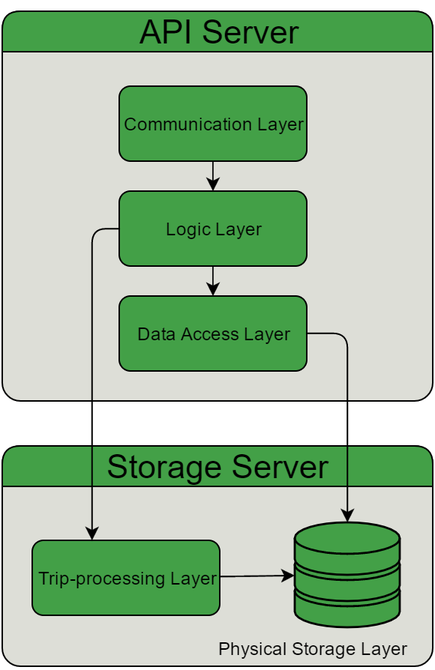
This is Pictures/backend_design.png from JohanGregersen/sw10lastfreakingreport, a draw.io export, as it was before one commit. Source tidied: cells renumbered, new cells last; positions are measured from the earlier drawing's top-left corner, leaving out a move shared by most shapes. Its diagram source:
```xml
<mxGraphModel background="#ffffff">
  <root>
    <mxCell id="0" />
    <mxCell id="1" parent="0" />
    <mxCell id="2" value="&lt;font style=&quot;font-size: 22px ; font-weight: normal ; line-height: 200%&quot;&gt;API Server&lt;/font&gt;" style="swimlane;whiteSpace=wrap;html=1;rounded=1;shadow=0;strokeColor=#000000;strokeWidth=1;fillColor=#43A047;gradientColor=none;fontSize=30;fontColor=#000000;align=center;startSize=27;swimlaneFillColor=#DDDED7;" parent="1" vertex="1">
      <mxGeometry width="287" height="260" as="geometry" />
    </mxCell>
    <mxCell id="3" value="&lt;div style=&quot;text-align: center&quot;&gt;&lt;span style=&quot;font-size: 12px ; line-height: 200%&quot;&gt;Communication Layer&lt;/span&gt;&lt;/div&gt;" style="rounded=1;whiteSpace=wrap;html=1;shadow=0;strokeColor=#000000;strokeWidth=1;fillColor=#43A047;gradientColor=none;fontSize=12;fontColor=#000000;align=center;verticalAlign=middle;labelPosition=center;verticalLabelPosition=middle;spacing=0;" parent="2" vertex="1">
      <mxGeometry x="78" y="50" width="125" height="50" as="geometry" />
    </mxCell>
    <mxCell id="4" value="&lt;div style=&quot;text-align: center&quot;&gt;Logic Layer&lt;/div&gt;" style="rounded=1;whiteSpace=wrap;html=1;shadow=0;strokeColor=#000000;strokeWidth=1;fillColor=#43A047;gradientColor=none;fontSize=12;fontColor=#000000;align=center;verticalAlign=middle;labelPosition=center;verticalLabelPosition=middle;spacing=0;" parent="2" vertex="1">
      <mxGeometry x="78" y="120" width="125" height="50" as="geometry" />
    </mxCell>
    <mxCell id="5" value="&lt;div style=&quot;text-align: center&quot;&gt;Data Access Layer&lt;/div&gt;" style="rounded=1;whiteSpace=wrap;html=1;shadow=0;strokeColor=#000000;strokeWidth=1;fillColor=#43A047;gradientColor=none;fontSize=12;fontColor=#000000;align=center;verticalAlign=middle;labelPosition=center;verticalLabelPosition=middle;spacing=0;" parent="2" vertex="1">
      <mxGeometry x="78" y="190" width="125" height="50" as="geometry" />
    </mxCell>
    <mxCell id="6" value="&lt;div style=&quot;text-align: center&quot;&gt;&lt;span style=&quot;font-size: 12px ; line-height: 200%&quot;&gt;Communication Layer&lt;/span&gt;&lt;/div&gt;" style="rounded=1;whiteSpace=wrap;html=1;shadow=0;strokeColor=#000000;strokeWidth=1;fillColor=#43A047;gradientColor=none;fontSize=12;fontColor=#000000;align=center;verticalAlign=middle;labelPosition=center;verticalLabelPosition=middle;spacing=0;" parent="1" vertex="1">
      <mxGeometry x="78" y="50" width="125" height="50" as="geometry" />
    </mxCell>
    <mxCell id="7" value="&lt;div style=&quot;text-align: center&quot;&gt;Logic Layer&lt;/div&gt;" style="rounded=1;whiteSpace=wrap;html=1;shadow=0;strokeColor=#000000;strokeWidth=1;fillColor=#43A047;gradientColor=none;fontSize=12;fontColor=#000000;align=center;verticalAlign=middle;labelPosition=center;verticalLabelPosition=middle;spacing=0;" parent="1" vertex="1">
      <mxGeometry x="78" y="120" width="125" height="50" as="geometry" />
    </mxCell>
    <mxCell id="8" style="endArrow=classic;html=1;shadow=0;strokeColor=#000000;strokeWidth=1;fontSize=12;fontColor=#000000;" parent="1" edge="1" source="6" target="7">
      <mxGeometry relative="1" as="geometry" />
    </mxCell>
    <mxCell id="9" value="&lt;div style=&quot;text-align: center&quot;&gt;Data Access Layer&lt;/div&gt;" style="rounded=1;whiteSpace=wrap;html=1;shadow=0;strokeColor=#000000;strokeWidth=1;fillColor=#43A047;gradientColor=none;fontSize=12;fontColor=#000000;align=center;verticalAlign=middle;labelPosition=center;verticalLabelPosition=middle;spacing=0;" parent="1" vertex="1">
      <mxGeometry x="78" y="190" width="125" height="50" as="geometry" />
    </mxCell>
    <mxCell id="10" style="endArrow=classic;html=1;shadow=0;strokeColor=#000000;strokeWidth=1;fontSize=12;fontColor=#000000;" parent="1" edge="1" source="7" target="9">
      <mxGeometry x="210.5" y="300" as="geometry" />
    </mxCell>
    <mxCell id="11" style="endArrow=classic;html=1;shadow=0;strokeColor=#000000;strokeWidth=1;fontSize=12;fontColor=#000000;" parent="1" edge="1" source="6" target="7">
      <mxGeometry x="180.5" y="290" as="geometry" />
    </mxCell>
    <mxCell id="12" style="endArrow=classic;html=1;shadow=0;strokeColor=#000000;strokeWidth=1;fontSize=12;fontColor=#000000;" parent="1" edge="1" source="7" target="9">
      <mxGeometry x="170.5" y="110" as="geometry" />
    </mxCell>
    <mxCell id="13" value="&lt;font style=&quot;font-size: 22px ; font-weight: normal ; line-height: 200%&quot;&gt;Storage Server&lt;/font&gt;" style="swimlane;whiteSpace=wrap;html=1;rounded=1;shadow=0;strokeColor=#000000;strokeWidth=1;fillColor=#43A047;gradientColor=none;fontSize=30;fontColor=#000000;align=center;startSize=27;swimlaneFillColor=#DDDED7;" parent="1" vertex="1">
      <mxGeometry y="290" width="287" height="147" as="geometry" />
    </mxCell>
    <mxCell id="14" value="&lt;div style=&quot;text-align: center&quot;&gt;&lt;span style=&quot;line-height: 24px&quot;&gt;Trip-processing Layer&lt;/span&gt;&lt;/div&gt;" style="rounded=1;whiteSpace=wrap;html=1;shadow=0;strokeColor=#000000;strokeWidth=1;fillColor=#43A047;gradientColor=none;fontSize=12;fontColor=#000000;align=center;verticalAlign=middle;labelPosition=center;verticalLabelPosition=middle;spacing=0;" parent="13" vertex="1">
      <mxGeometry x="20" y="63" width="125" height="50" as="geometry" />
    </mxCell>
    <mxCell id="15" style="fontColor=#0066CC;verticalAlign=top;verticalLabelPosition=bottom;labelPosition=center;align=center;html=1;fillColor=#43A047;strokeColor=#000000;gradientColor=none;gradientDirection=north;strokeWidth=2;shape=mxgraph.networks.storage;rounded=1;shadow=0;" parent="13" vertex="1">
      <mxGeometry x="195" y="51" width="70" height="70" as="geometry" />
    </mxCell>
    <mxCell id="16" value="Physical Storage Layer" style="text;html=1;strokeColor=none;fillColor=none;align=center;verticalAlign=middle;whiteSpace=wrap;overflow=hidden;rounded=1;shadow=0;labelBackgroundColor=none;fontSize=12;fontColor=#000000;" parent="13" vertex="1">
      <mxGeometry x="140" y="125" width="133" height="20" as="geometry" />
    </mxCell>
    <mxCell id="17" value="&lt;div style=&quot;text-align: center&quot;&gt;&lt;span style=&quot;line-height: 24px&quot;&gt;Trip-processing Layer&lt;/span&gt;&lt;/div&gt;" style="rounded=1;whiteSpace=wrap;html=1;shadow=0;strokeColor=#000000;strokeWidth=1;fillColor=#43A047;gradientColor=none;fontSize=12;fontColor=#000000;align=center;verticalAlign=middle;labelPosition=center;verticalLabelPosition=middle;spacing=0;" parent="1" vertex="1">
      <mxGeometry x="20" y="353" width="125" height="50" as="geometry" />
    </mxCell>
    <mxCell id="18" style="fontColor=#0066CC;verticalAlign=top;verticalLabelPosition=bottom;labelPosition=center;align=center;html=1;fillColor=#43A047;strokeColor=#000000;gradientColor=none;gradientDirection=north;strokeWidth=2;shape=mxgraph.networks.storage;rounded=1;shadow=0;" parent="1" vertex="1">
      <mxGeometry x="195" y="341" width="70" height="70" as="geometry" />
    </mxCell>
    <mxCell id="19" style="endArrow=classic;html=1;shadow=0;strokeColor=#000000;strokeWidth=1;fontSize=12;fontColor=#000000;" parent="1" edge="1" source="17" target="18">
      <mxGeometry relative="1" as="geometry" />
    </mxCell>
    <mxCell id="20" value="Physical Storage Layer" style="text;html=1;strokeColor=none;fillColor=none;align=center;verticalAlign=middle;whiteSpace=wrap;overflow=hidden;rounded=1;shadow=0;labelBackgroundColor=none;fontSize=12;fontColor=#000000;" parent="1" vertex="1">
      <mxGeometry x="140" y="415" width="133" height="20" as="geometry" />
    </mxCell>
    <mxCell id="21" style="endArrow=classic;html=1;shadow=0;strokeColor=#000000;strokeWidth=1;fontSize=12;fontColor=#000000;" parent="1" edge="1" source="17" target="18">
      <mxGeometry x="185" y="566.5" as="geometry" />
    </mxCell>
    <mxCell id="22" style="edgeStyle=segmentEdgeStyle;endArrow=classic;html=1;shadow=0;strokeColor=#000000;strokeWidth=1;fontSize=12;fontColor=#000000;" parent="1" edge="1" source="7" target="17">
      <mxGeometry x="99.9" y="335.1" as="geometry">
        <Array as="points">
          <mxPoint x="60" y="145" />
        </Array>
      </mxGeometry>
    </mxCell>
    <mxCell id="23" style="edgeStyle=segmentEdgeStyle;endArrow=classic;html=1;shadow=0;strokeColor=#000000;strokeWidth=1;fontSize=12;fontColor=#000000;" parent="1" edge="1" source="9" target="18">
      <mxGeometry x="243" y="404.9" as="geometry">
        <Array as="points">
          <mxPoint x="230" y="215" />
        </Array>
      </mxGeometry>
    </mxCell>
  </root>
</mxGraphModel>
```
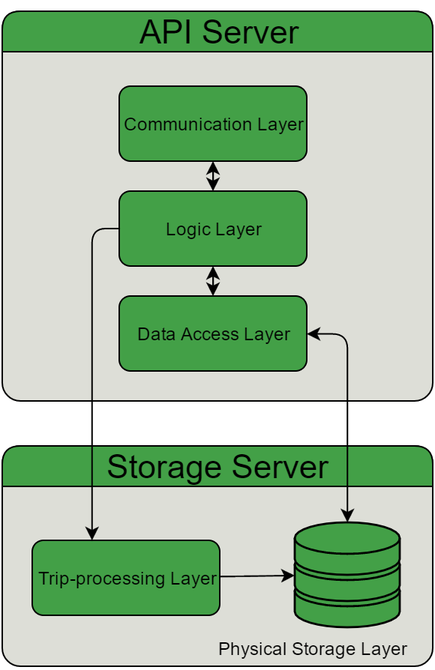
After the change.

Commit message:
updated figure for law

The edit, as a diff of the source:
```diff
@@ -20,19 +20,19 @@
     <mxCell id="7" value="&lt;div style=&quot;text-align: center&quot;&gt;Logic Layer&lt;/div&gt;" style="rounded=1;whiteSpace=wrap;html=1;shadow=0;strokeColor=#000000;strokeWidth=1;fillColor=#43A047;gradientColor=none;fontSize=12;fontColor=#000000;align=center;verticalAlign=middle;labelPosition=center;verticalLabelPosition=middle;spacing=0;" parent="1" vertex="1">
       <mxGeometry x="78" y="120" width="125" height="50" as="geometry" />
     </mxCell>
-    <mxCell id="8" style="endArrow=classic;html=1;shadow=0;strokeColor=#000000;strokeWidth=1;fontSize=12;fontColor=#000000;" parent="1" edge="1" source="6" target="7">
+    <mxCell id="8" style="endArrow=classic;html=1;shadow=0;strokeColor=#000000;strokeWidth=1;fontSize=12;fontColor=#000000;startArrow=classic;startFill=1;" parent="1" edge="1" source="6" target="7">
       <mxGeometry relative="1" as="geometry" />
     </mxCell>
     <mxCell id="9" value="&lt;div style=&quot;text-align: center&quot;&gt;Data Access Layer&lt;/div&gt;" style="rounded=1;whiteSpace=wrap;html=1;shadow=0;strokeColor=#000000;strokeWidth=1;fillColor=#43A047;gradientColor=none;fontSize=12;fontColor=#000000;align=center;verticalAlign=middle;labelPosition=center;verticalLabelPosition=middle;spacing=0;" parent="1" vertex="1">
       <mxGeometry x="78" y="190" width="125" height="50" as="geometry" />
     </mxCell>
-    <mxCell id="10" style="endArrow=classic;html=1;shadow=0;strokeColor=#000000;strokeWidth=1;fontSize=12;fontColor=#000000;" parent="1" edge="1" source="7" target="9">
-      <mxGeometry x="210.5" y="300" as="geometry" />
+    <mxCell id="10" style="endArrow=classic;html=1;shadow=0;strokeColor=#000000;strokeWidth=1;fontSize=12;fontColor=#000000;startArrow=classic;startFill=1;" parent="1" edge="1" source="7" target="9">
+      <mxGeometry x="206.5" y="150" as="geometry" />
     </mxCell>
-    <mxCell id="11" style="endArrow=classic;html=1;shadow=0;strokeColor=#000000;strokeWidth=1;fontSize=12;fontColor=#000000;" parent="1" edge="1" source="6" target="7">
-      <mxGeometry x="180.5" y="290" as="geometry" />
+    <mxCell id="11" style="endArrow=classic;html=1;shadow=0;strokeColor=#000000;strokeWidth=1;fontSize=12;fontColor=#000000;startArrow=classic;startFill=1;" parent="1" edge="1" source="6" target="7">
+      <mxGeometry x="176.5" y="140" as="geometry" />
     </mxCell>
-    <mxCell id="12" style="endArrow=classic;html=1;shadow=0;strokeColor=#000000;strokeWidth=1;fontSize=12;fontColor=#000000;" parent="1" edge="1" source="7" target="9">
+    <mxCell id="12" style="endArrow=classic;html=1;shadow=0;strokeColor=#000000;strokeWidth=1;fontSize=12;fontColor=#000000;startArrow=classic;startFill=1;" parent="1" edge="1" source="7" target="9">
       <mxGeometry x="170.5" y="110" as="geometry" />
     </mxCell>
     <mxCell id="13" value="&lt;font style=&quot;font-size: 22px ; font-weight: normal ; line-height: 200%&quot;&gt;Storage Server&lt;/font&gt;" style="swimlane;whiteSpace=wrap;html=1;rounded=1;shadow=0;strokeColor=#000000;strokeWidth=1;fillColor=#43A047;gradientColor=none;fontSize=30;fontColor=#000000;align=center;startSize=27;swimlaneFillColor=#DDDED7;" parent="1" vertex="1">
@@ -60,17 +60,17 @@
       <mxGeometry x="140" y="415" width="133" height="20" as="geometry" />
     </mxCell>
     <mxCell id="21" style="endArrow=classic;html=1;shadow=0;strokeColor=#000000;strokeWidth=1;fontSize=12;fontColor=#000000;" parent="1" edge="1" source="17" target="18">
-      <mxGeometry x="185" y="566.5" as="geometry" />
+      <mxGeometry x="181" y="416.5" as="geometry" />
     </mxCell>
     <mxCell id="22" style="edgeStyle=segmentEdgeStyle;endArrow=classic;html=1;shadow=0;strokeColor=#000000;strokeWidth=1;fontSize=12;fontColor=#000000;" parent="1" edge="1" source="7" target="17">
-      <mxGeometry x="99.9" y="335.1" as="geometry">
+      <mxGeometry x="95.9" y="185" as="geometry">
         <Array as="points">
           <mxPoint x="60" y="145" />
         </Array>
       </mxGeometry>
     </mxCell>
-    <mxCell id="23" style="edgeStyle=segmentEdgeStyle;endArrow=classic;html=1;shadow=0;strokeColor=#000000;strokeWidth=1;fontSize=12;fontColor=#000000;" parent="1" edge="1" source="9" target="18">
-      <mxGeometry x="243" y="404.9" as="geometry">
+    <mxCell id="23" style="edgeStyle=segmentEdgeStyle;endArrow=classic;html=1;shadow=0;strokeColor=#000000;strokeWidth=1;fontSize=12;fontColor=#000000;startArrow=classic;startFill=1;" parent="1" edge="1" source="9" target="18">
+      <mxGeometry x="239" y="255.3" as="geometry">
         <Array as="points">
           <mxPoint x="230" y="215" />
         </Array>
```
